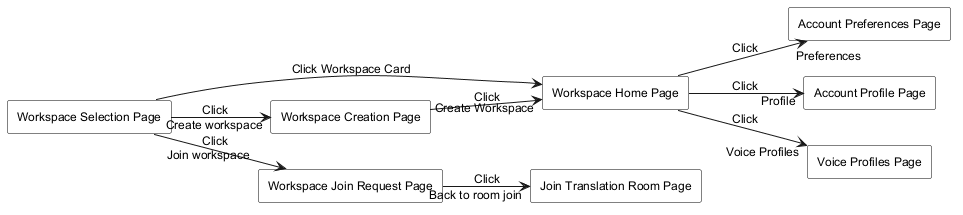
Before: .agents/resources/screen flow/04-authenticated-user-flow.png, a diagram exported from PlantUML (WarpTalk-CapstoneProject/warptalk-backend).
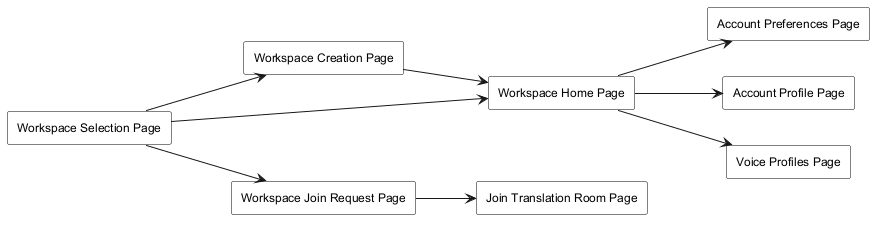
Later version of the same file.

Diff of the diagram source:
```diff
@@ -18,15 +18,15 @@
 rectangle "Account Profile Page" as AccountProfilePage
 rectangle "Voice Profiles Page" as VoiceProfilesPage
 
-WorkspaceSelectionPage --> WorkspaceHomePage : Click Workspace Card
-WorkspaceSelectionPage --> WorkspaceCreationPage : Click "Create workspace"
-WorkspaceSelectionPage --> WorkspaceJoinRequestPage : Click "Join workspace"
+WorkspaceSelectionPage --> WorkspaceHomePage
+WorkspaceSelectionPage --> WorkspaceCreationPage
+WorkspaceSelectionPage --> WorkspaceJoinRequestPage
 
-WorkspaceCreationPage --> WorkspaceHomePage : Click "Create Workspace"
-WorkspaceJoinRequestPage --> JoinTranslationRoomPage : Click "Back to room join"
+WorkspaceCreationPage --> WorkspaceHomePage
+WorkspaceJoinRequestPage --> JoinTranslationRoomPage
 
-WorkspaceHomePage --> AccountPreferencesPage : Click "Preferences"
-WorkspaceHomePage --> AccountProfilePage : Click "Profile"
-WorkspaceHomePage --> VoiceProfilesPage : Click "Voice Profiles"
+WorkspaceHomePage --> AccountPreferencesPage
+WorkspaceHomePage --> AccountProfilePage
+WorkspaceHomePage --> VoiceProfilesPage
 
 @enduml
```
